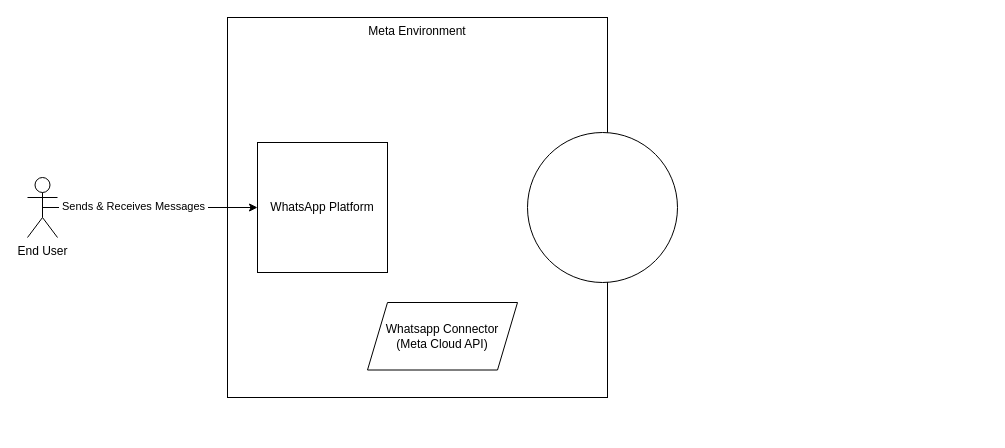
Above: api-handling/Connex_AI_System_Design_00.drawio in BradleyGilden/alx-backend-javascript (draw.io), before the change. Source tidied: cells renumbered, new cells numbered last; positions are measured from the earlier drawing's top-left corner, leaving out a move shared by most shapes. Both pictures are drawn from the tidied source at 100%, with x=0, y=0 at pixel (27, 17).
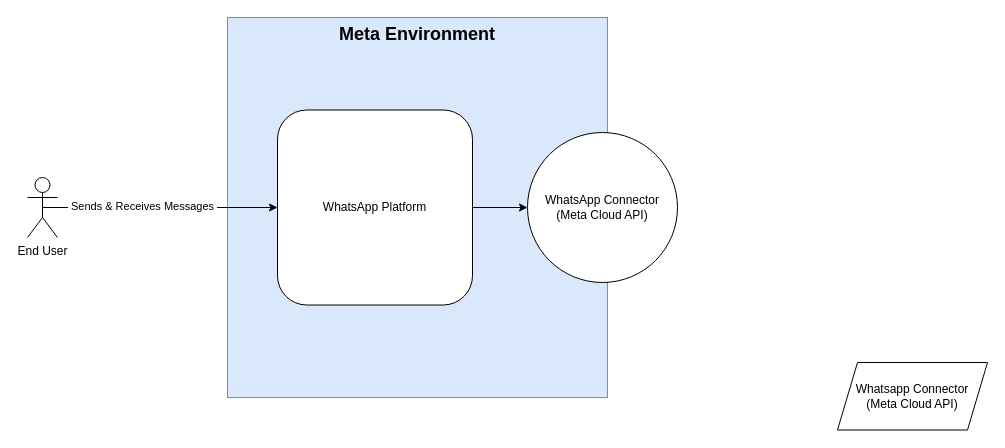
Above is the later version.

Change to the diagram source:
```diff
@@
 <mxGraphModel>
   <root>
     <mxCell id="0" />
     <mxCell id="1" parent="0" />
-    <mxCell id="2" value="Meta Environment" style="whiteSpace=wrap;html=1;align=center;verticalAlign=top;" parent="1" vertex="1">
+    <mxCell id="2" value="&lt;font style=&quot;font-size: 18px;&quot;&gt;&lt;b&gt;Meta Environment&lt;/b&gt;&lt;/font&gt;" style="whiteSpace=wrap;html=1;align=center;verticalAlign=top;labelBackgroundColor=none;fillColor=#dae8fc;strokeColor=#6c8ebf;" parent="1" vertex="1">
       <mxGeometry x="200" width="380" height="380" as="geometry" />
     </mxCell>
     <mxCell id="3" value="End User" style="shape=umlActor;verticalLabelPosition=bottom;verticalAlign=top;html=1;" parent="1" vertex="1">
       <mxGeometry y="160" width="30" height="60" as="geometry" />
     </mxCell>
+    <mxCell id="9" style="edgeStyle=orthogonalEdgeStyle;rounded=0;jettySize=auto;html=1;exitX=1;exitY=0.5;exitDx=0;exitDy=0;entryX=0;entryY=0.5;entryDx=0;entryDy=0;" parent="1" edge="1" source="4" target="8">
+      <mxGeometry relative="1" as="geometry" />
+    </mxCell>
-    <mxCell id="4" value="WhatsApp Platform" style="whiteSpace=wrap;html=1;" parent="1" vertex="1">
-      <mxGeometry x="230" y="125" width="130" height="130" as="geometry" />
+    <mxCell id="4" value="WhatsApp Platform" style="whiteSpace=wrap;html=1;rounded=1;" parent="1" vertex="1">
+      <mxGeometry x="250" y="92.5" width="195" height="195" as="geometry" />
     </mxCell>
     <mxCell id="5" value="Whatsapp Connector&lt;br&gt;(Meta Cloud API)" style="shape=parallelogram;perimeter=parallelogramPerimeter;whiteSpace=wrap;html=1;fixedSize=1;" parent="1" vertex="1">
-      <mxGeometry x="340" y="285" width="150" height="67.5" as="geometry" />
+      <mxGeometry x="810" y="345" width="150" height="67.5" as="geometry" />
     </mxCell>
     <mxCell id="6" style="edgeStyle=orthogonalEdgeStyle;rounded=0;jettySize=auto;html=1;exitX=0.5;exitY=0.5;exitDx=0;exitDy=0;exitPerimeter=0;entryX=0;entryY=0.5;entryDx=0;entryDy=0;" parent="1" edge="1" source="3" target="4">
       <mxGeometry relative="1" as="geometry" />
     </mxCell>
     <mxCell id="7" value="&amp;nbsp;Sends &amp;amp; Receives Messages&amp;nbsp;" style="edgeLabel;html=1;align=center;verticalAlign=middle;" parent="6" vertex="1">
       <mxGeometry x="-0.16" y="2" relative="1" as="geometry" />
     </mxCell>
-    <mxCell id="8" style="ellipse;whiteSpace=wrap;html=1;" parent="1" vertex="1">
+    <mxCell id="8" value="WhatsApp Connector&lt;br&gt;(Meta Cloud API)" style="ellipse;whiteSpace=wrap;html=1;" parent="1" vertex="1">
       <mxGeometry x="500" y="115" width="150" height="150" as="geometry" />
     </mxCell>
   </root>
 </mxGraphModel>
```
